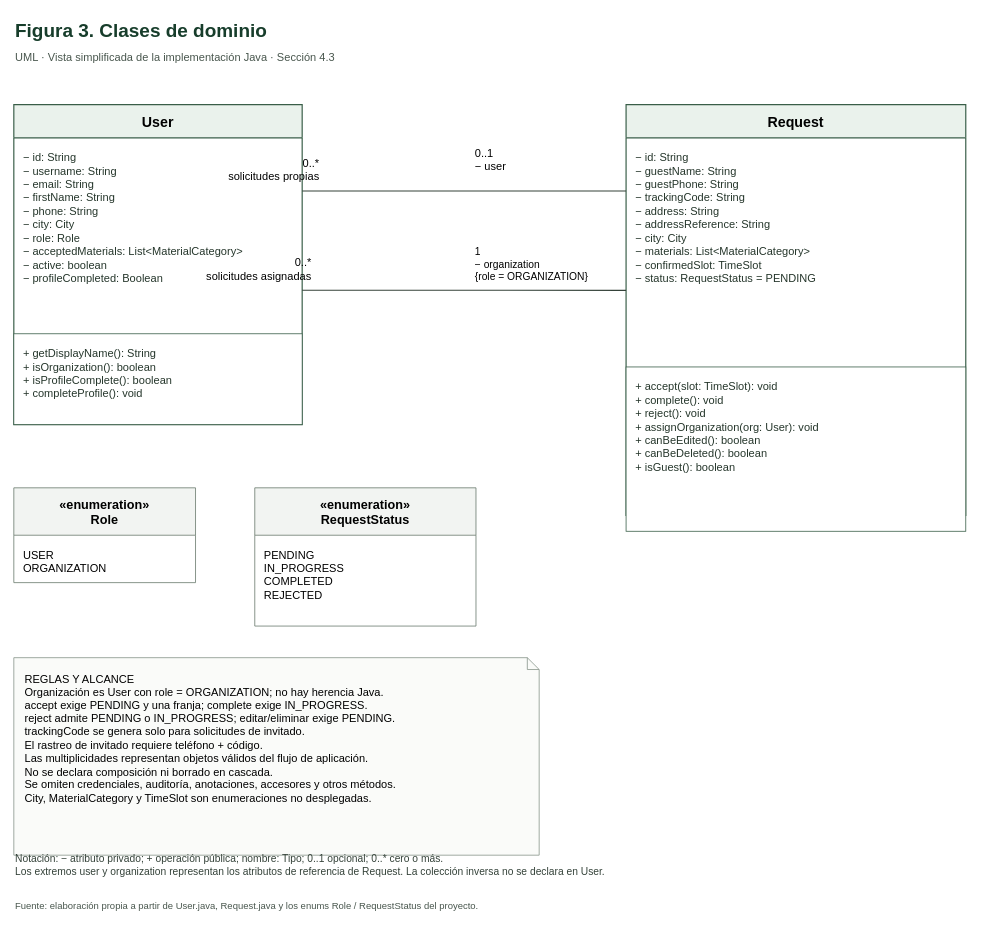
fedegonc/residuosolido keeps this draw.io diagram as docs/diagrams/figura3-clases.drawio. Above is the earlier version. Source tidied: cells renumbered, new cells numbered last; positions are measured from the earlier drawing's top-left corner, leaving out a move shared by most shapes. Both pictures are drawn from the tidied source at 79%, with x=0, y=0 at pixel (13, 13).
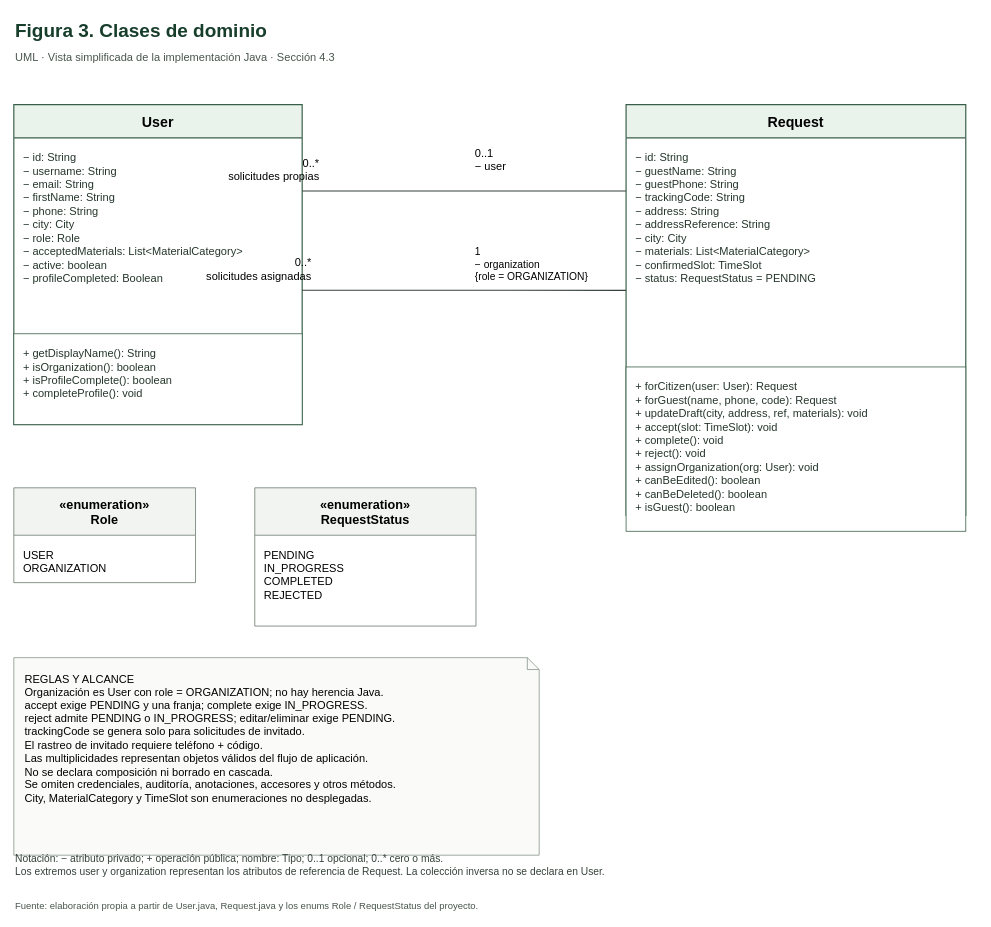
The same page after the edit.

Unchanged cells that the change refers to:
```xml
<mxCell id="7" value="Request" style="swimlane;startSize=42;horizontal=1;rounded=0;html=0;fontFamily=Helvetica;fontSize=18;fontStyle=1;fillColor=#eaf2ec;swimlaneFillColor=#ffffff;strokeColor=#395e48;strokeWidth=1.5;" parent="1" vertex="1">
  <mxGeometry x="775" y="115" width="430" height="520" as="geometry" />
</mxCell>
```

Diff of the diagram source:
```diff
@@
-    <mxCell id="9" value="+ accept(slot: TimeSlot): void&#10;+ complete(): void&#10;+ reject(): void&#10;+ assignOrganization(org: User): void&#10;+ canBeEdited(): boolean&#10;+ canBeDeleted(): boolean&#10;+ isGuest(): boolean" style="rounded=0;html=0;align=left;verticalAlign=top;spacing=12;fontFamily=Helvetica;fontSize=14;fontColor=#25362b;fillColor=#ffffff;strokeColor=#395e48;" parent="7" vertex="1">
+    <mxCell id="9" value="+ forCitizen(user: User): Request&#10;+ forGuest(name, phone, code): Request&#10;+ updateDraft(city, address, ref, materials): void&#10;+ accept(slot: TimeSlot): void&#10;+ complete(): void&#10;+ reject(): void&#10;+ assignOrganization(org: User): void&#10;+ canBeEdited(): boolean&#10;+ canBeDeleted(): boolean&#10;+ isGuest(): boolean" style="rounded=0;html=0;align=left;verticalAlign=top;spacing=12;fontFamily=Helvetica;fontSize=14;fontColor=#25362b;fillColor=#ffffff;strokeColor=#395e48;" parent="7" vertex="1">
       <mxGeometry y="332" width="430" height="208" as="geometry" />
     </mxCell>
```
